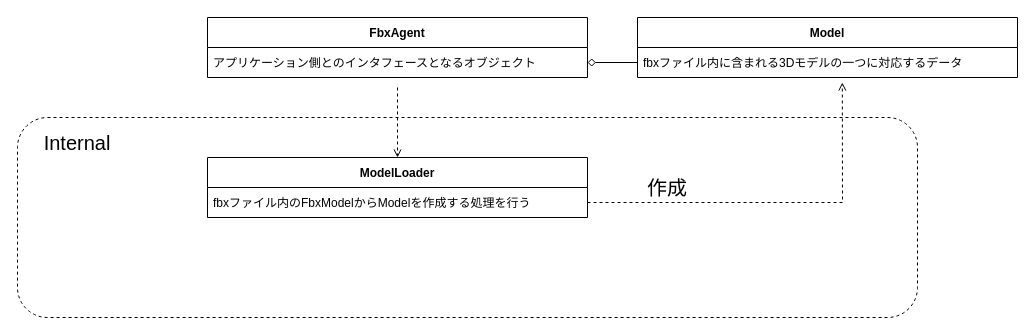
The draw.io diagram design/ClassDiagram.drawio in Dumble009/FBXAgent, before the edit. Source tidied: cells renumbered, new cells numbered last; positions are measured from the earlier drawing's top-left corner, leaving out a move shared by most shapes. Both pictures are drawn from the tidied source at 100%, with x=0, y=0 at pixel (17, 17).
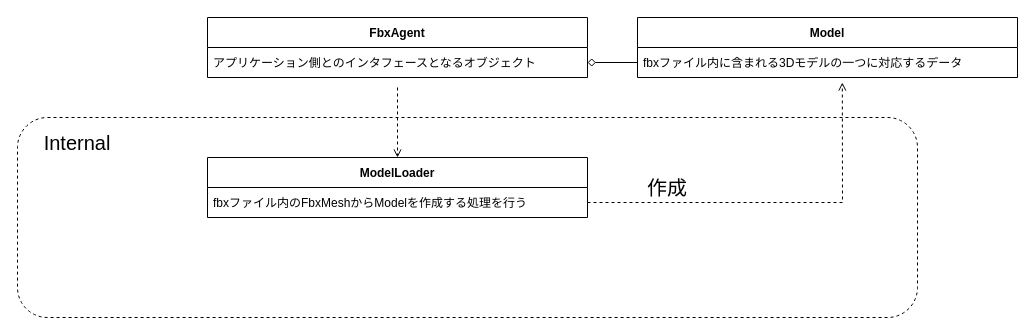
Above is the later version.

Change to the diagram source:
```diff
@@
 <mxGraphModel>
   <root>
     <mxCell id="0" />
     <mxCell id="1" parent="0" />
     <mxCell id="2" style="rounded=1;whiteSpace=wrap;html=1;fontSize=20;fillColor=none;dashed=1;" parent="1" vertex="1">
       <mxGeometry y="100" width="900" height="200" as="geometry" />
     </mxCell>
     <mxCell id="3" value="FbxAgent" style="swimlane;fontStyle=1;horizontal=1;startSize=30;" parent="1" vertex="1">
       <mxGeometry x="190" width="380" height="60" as="geometry" />
     </mxCell>
     <mxCell id="4" value="アプリケーション側とのインタフェースとなるオブジェクト" style="text;strokeColor=none;fillColor=none;align=left;verticalAlign=middle;spacingLeft=4;spacingRight=4;overflow=hidden;points=[[0,0.5],[1,0.5]];portConstraint=eastwest;" parent="3" vertex="1">
       <mxGeometry y="30" width="380" height="30" as="geometry" />
     </mxCell>
     <mxCell id="5" value="ModelLoader" style="swimlane;fontStyle=1;horizontal=1;startSize=30;" parent="1" vertex="1">
       <mxGeometry x="190" y="140" width="380" height="60" as="geometry" />
     </mxCell>
-    <mxCell id="6" value="fbxファイル内のFbxModelからModelを作成する処理を行う" style="text;strokeColor=none;fillColor=none;align=left;verticalAlign=middle;spacingLeft=4;spacingRight=4;overflow=hidden;points=[[0,0.5],[1,0.5]];portConstraint=eastwest;" parent="5" vertex="1">
+    <mxCell id="6" value="fbxファイル内のFbxMeshからModelを作成する処理を行う" style="text;strokeColor=none;fillColor=none;align=left;verticalAlign=middle;spacingLeft=4;spacingRight=4;overflow=hidden;points=[[0,0.5],[1,0.5]];portConstraint=eastwest;" parent="5" vertex="1">
       <mxGeometry y="30" width="380" height="30" as="geometry" />
     </mxCell>
     <mxCell id="7" value="Model" style="swimlane;fontStyle=1;horizontal=1;startSize=30;" parent="1" vertex="1">
       <mxGeometry x="620" width="380" height="60" as="geometry" />
     </mxCell>
     <mxCell id="8" value="fbxファイル内に含まれる3Dモデルの一つに対応するデータ" style="text;strokeColor=none;fillColor=none;align=left;verticalAlign=middle;spacingLeft=4;spacingRight=4;overflow=hidden;points=[[0,0.5],[1,0.5]];portConstraint=eastwest;" parent="7" vertex="1">
       <mxGeometry y="30" width="380" height="30" as="geometry" />
     </mxCell>
     <mxCell id="9" style="endArrow=open;html=1;rounded=0;entryX=0.5;entryY=0;entryDx=0;entryDy=0;exitX=0.5;exitY=1.333;exitDx=0;exitDy=0;exitPerimeter=0;dashed=1;endFill=0;" parent="1" edge="1" source="4" target="5">
       <mxGeometry relative="1" as="geometry" />
     </mxCell>
     <mxCell id="10" style="endArrow=open;html=1;rounded=0;entryX=0.539;entryY=1.167;entryDx=0;entryDy=0;exitX=1;exitY=0.5;exitDx=0;exitDy=0;dashed=1;endFill=0;entryPerimeter=0;" parent="1" edge="1" source="6" target="8">
       <mxGeometry relative="1" as="geometry">
         <Array as="points">
           <mxPoint x="825" y="185" />
         </Array>
       </mxGeometry>
     </mxCell>
     <mxCell id="11" value="&lt;font style=&quot;font-size: 20px;&quot;&gt;作成&lt;/font&gt;" style="text;html=1;strokeColor=none;fillColor=none;align=center;verticalAlign=middle;whiteSpace=wrap;rounded=0;" parent="1" vertex="1">
       <mxGeometry x="620" y="155" width="60" height="30" as="geometry" />
     </mxCell>
     <mxCell id="12" style="endArrow=diamond;html=1;rounded=0;fontSize=20;entryX=1;entryY=0.5;entryDx=0;entryDy=0;exitX=0;exitY=0.5;exitDx=0;exitDy=0;endFill=0;" parent="1" edge="1" source="8" target="4">
       <mxGeometry relative="1" as="geometry" />
     </mxCell>
     <mxCell id="13" value="&lt;font style=&quot;font-size: 20px;&quot;&gt;Internal&lt;/font&gt;" style="text;html=1;strokeColor=none;fillColor=none;align=center;verticalAlign=middle;whiteSpace=wrap;rounded=0;" parent="1" vertex="1">
       <mxGeometry x="30" y="110" width="60" height="30" as="geometry" />
     </mxCell>
   </root>
 </mxGraphModel>
```
